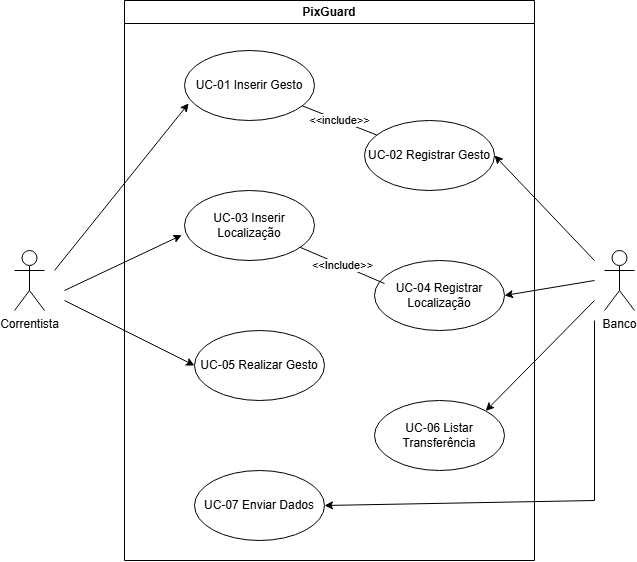
This is Casos_de_uso_v2.png from ThePlano/Projeto_PixGuard, a draw.io export, as it was before one commit. Source tidied: cells renumbered, new cells last; positions are measured from the earlier drawing's top-left corner, leaving out a move shared by most shapes.
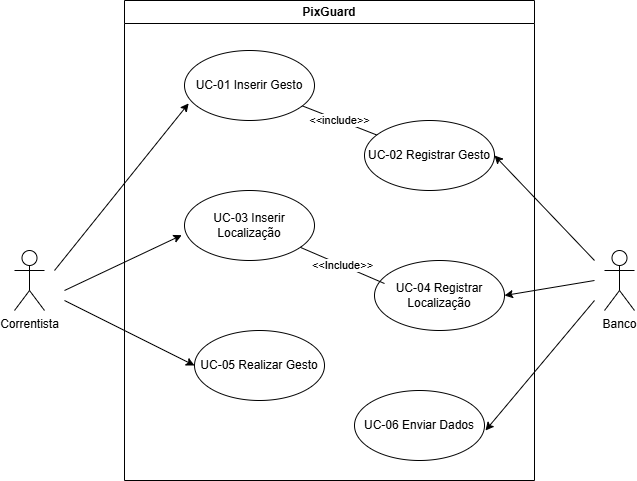
After the change.

Change to the diagram source:
```diff
@@ -3,7 +3,7 @@
     <mxCell id="0" />
     <mxCell id="1" parent="0" />
     <mxCell id="2" value="PixGuard" style="swimlane;whiteSpace=wrap;html=1;" parent="1" vertex="1">
-      <mxGeometry x="110" width="410" height="560" as="geometry" />
+      <mxGeometry x="110" width="410" height="480" as="geometry" />
     </mxCell>
     <mxCell id="3" value="&amp;lt;&amp;lt;include&amp;gt;&amp;gt;" style="rounded=0;jettySize=auto;html=1;endArrow=none;startFill=0;" parent="2" edge="1" source="4" target="6">
       <mxGeometry relative="1" as="geometry" />
@@ -23,11 +23,8 @@
     <mxCell id="8" value="UC-05 Realizar Gesto" style="ellipse;whiteSpace=wrap;html=1;" parent="2" vertex="1">
       <mxGeometry x="70" y="330" width="130" height="70" as="geometry" />
     </mxCell>
-    <mxCell id="9" value="UC-06 Listar Transferência" style="ellipse;whiteSpace=wrap;html=1;" parent="2" vertex="1">
-      <mxGeometry x="250" y="400" width="130" height="70" as="geometry" />
-    </mxCell>
-    <mxCell id="10" value="UC-07 Enviar Dados" style="ellipse;whiteSpace=wrap;html=1;" parent="2" vertex="1">
-      <mxGeometry x="70" y="470" width="130" height="70" as="geometry" />
+    <mxCell id="10" value="UC-06 Enviar Dados" style="ellipse;whiteSpace=wrap;html=1;" parent="2" vertex="1">
+      <mxGeometry x="230" y="390" width="130" height="70" as="geometry" />
     </mxCell>
     <mxCell id="11" value="&amp;lt;&amp;lt;Include&amp;gt;&amp;gt;" style="rounded=0;jettySize=auto;html=1;entryX=0.077;entryY=0.329;entryDx=0;entryDy=0;entryPerimeter=0;endArrow=none;startFill=0;" parent="2" edge="1" source="5" target="7">
       <mxGeometry relative="1" as="geometry" />
@@ -63,18 +60,11 @@
         <mxPoint x="580" y="280" as="sourcePoint" />
       </mxGeometry>
     </mxCell>
-    <mxCell id="19" style="endArrow=classic;html=1;rounded=0;entryX=1;entryY=0;entryDx=0;entryDy=0;" parent="1" edge="1" target="9">
+    <mxCell id="19" style="endArrow=classic;html=1;rounded=0;" parent="1" edge="1">
       <mxGeometry relative="1" as="geometry">
         <mxPoint x="580" y="300" as="sourcePoint" />
+        <mxPoint x="471" y="430" as="targetPoint" />
       </mxGeometry>
     </mxCell>
-    <mxCell id="20" style="endArrow=classic;html=1;rounded=0;entryX=1;entryY=0.5;entryDx=0;entryDy=0;" parent="1" edge="1" target="10">
-      <mxGeometry relative="1" as="geometry">
-        <mxPoint x="580" y="320" as="sourcePoint" />
-        <Array as="points">
-          <mxPoint x="580" y="500" />
-        </Array>
-      </mxGeometry>
-    </mxCell>
   </root>
 </mxGraphModel>
```
